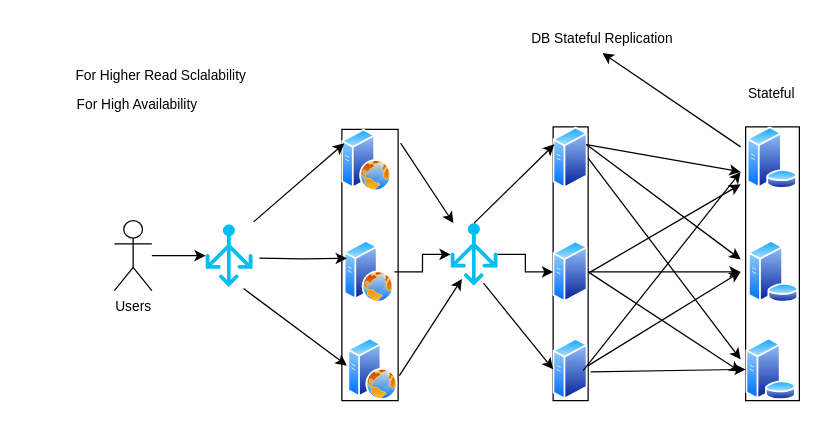
Before: DB_Replication.drawio in dev-resources-millenium/ReferencesForEnterpriseApps, a draw.io diagram. Source tidied: cells renumbered, new cells numbered last; positions are measured from the earlier drawing's top-left corner, leaving out a move shared by most shapes. Both pictures are drawn from the tidied source at 125%, with x=0, y=0 at pixel (21, 21).
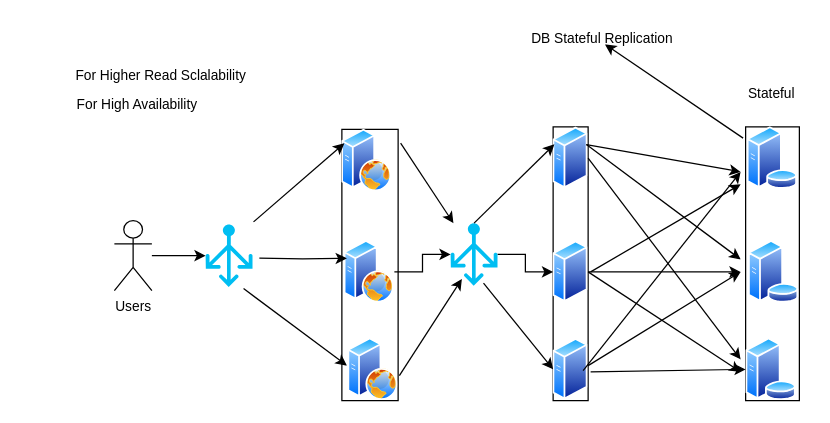
Above is the later version.

Unchanged cells that the change refers to:
```xml
<mxCell id="14" value="DB Stateful Replication" style="text;html=1;strokeColor=none;fillColor=none;align=center;verticalAlign=middle;whiteSpace=wrap;rounded=0;fontSize=11;fontFamily=Helvetica;fontColor=default;" parent="1" vertex="1">
  <mxGeometry x="374" width="181" height="25" as="geometry" />
</mxCell>
```

What changed in the source:
```diff
@@
-    <mxCell id="34" style="endArrow=classic;html=1;rounded=0;entryX=0.5;entryY=1;entryDx=0;entryDy=0;" parent="1" edge="1" target="14">
+    <mxCell id="34" style="endArrow=classic;html=1;rounded=0;entryX=0.5;entryY=1;entryDx=0;entryDy=0;" parent="1" edge="1">
       <mxGeometry relative="1" as="geometry">
-        <mxPoint x="575" y="100" as="sourcePoint" />
+        <mxPoint x="577" y="93" as="sourcePoint" />
+        <mxPoint x="466.5" y="18" as="targetPoint" />
       </mxGeometry>
     </mxCell>
```
